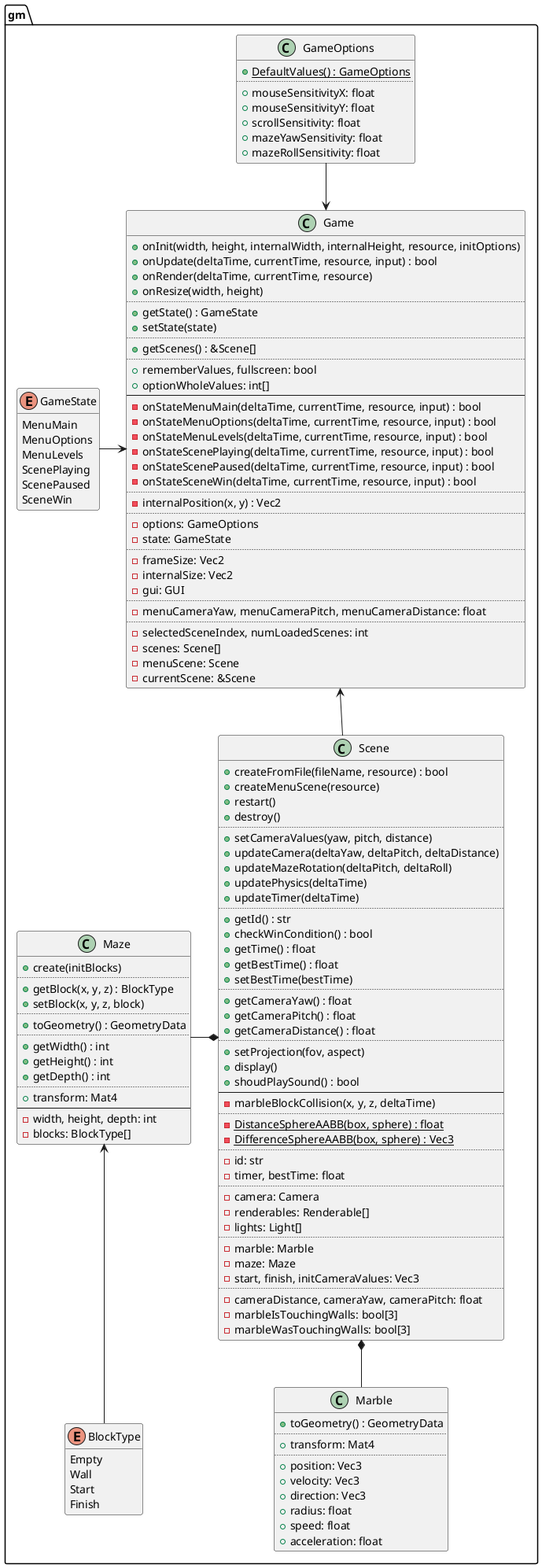
The PlantUML diagram design/gm.png in ba6er/marblemaze, before a commit.
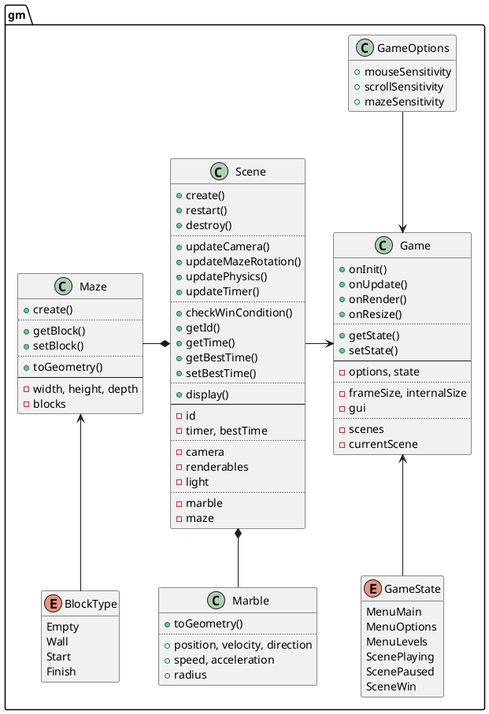
After the change.

The edit, as a diff of the source:
```diff
@@ -12,99 +12,57 @@
 hide GameState methods
 
 class gm::GameOptions {
-	{static} +DefaultValues() : GameOptions
-	..
-	+mouseSensitivityX: float
-	+mouseSensitivityY: float
-	+scrollSensitivity: float
-	+mazeYawSensitivity: float
-	+mazeRollSensitivity: float
+	+mouseSensitivity
+	+scrollSensitivity
+	+mazeSensitivity
 }
 hide GameOptions methods
 
 class gm::Game {
-	+onInit(width, height, internalWidth, internalHeight, resource, initOptions)
-	+onUpdate(deltaTime, currentTime, resource, input) : bool
-	+onRender(deltaTime, currentTime, resource)
-	+onResize(width, height)
+	+onInit()
+	+onUpdate()
+	+onRender()
+	+onResize()
 	..
-	+getState() : GameState
-	+setState(state)
+	+getState()
+	+setState()
+	--
+	-options, state
 	..
-	+getScenes() : &Scene[]
+	-frameSize, internalSize
+	-gui
 	..
-	+rememberValues, fullscreen: bool
-	+optionWholeValues: int[]
-	--
-	-onStateMenuMain(deltaTime, currentTime, resource, input) : bool
-	-onStateMenuOptions(deltaTime, currentTime, resource, input) : bool
-	-onStateMenuLevels(deltaTime, currentTime, resource, input) : bool
-	-onStateScenePlaying(deltaTime, currentTime, resource, input) : bool
-	-onStateScenePaused(deltaTime, currentTime, resource, input) : bool
-	-onStateSceneWin(deltaTime, currentTime, resource, input) : bool
-	..
-	-internalPosition(x, y) : Vec2
-	..
-	-options: GameOptions
-	-state: GameState
-	..
-	-frameSize: Vec2
-	-internalSize: Vec2
-	-gui: GUI
-	..
-	-menuCameraYaw, menuCameraPitch, menuCameraDistance: float
-	..
-	-selectedSceneIndex, numLoadedScenes: int
-	-scenes: Scene[]
-	-menuScene: Scene
-	-currentScene: &Scene
+	-scenes
+	-currentScene
 }
 
 class gm::Scene {
-	+createFromFile(fileName, resource) : bool
-	+createMenuScene(resource)
+	+create()
 	+restart()
 	+destroy()
 	..
-	+setCameraValues(yaw, pitch, distance)
-	+updateCamera(deltaYaw, deltaPitch, deltaDistance)
-	+updateMazeRotation(deltaPitch, deltaRoll)
-	+updatePhysics(deltaTime)
-	+updateTimer(deltaTime)
+	+updateCamera()
+	+updateMazeRotation()
+	+updatePhysics()
+	+updateTimer()
 	..
-	+getId() : str
-	+checkWinCondition() : bool
-	+getTime() : float
-	+getBestTime() : float
-	+setBestTime(bestTime)
+	+checkWinCondition()
+	+getId()
+	+getTime()
+	+getBestTime()
+	+setBestTime()
 	..
-	+getCameraYaw() : float
-	+getCameraPitch() : float
-	+getCameraDistance() : float
+	+display()
+	--
+	-id
+	-timer, bestTime
 	..
-	+setProjection(fov, aspect)
-	+display()
-	+shoudPlaySound() : bool
-	--
-	-marbleBlockCollision(x, y, z, deltaTime)
+	-camera
+	-renderables
+	-light
 	..
-	{static} -DistanceSphereAABB(box, sphere) : float
-	{static} -DifferenceSphereAABB(box, sphere) : Vec3
-	..
-	-id: str
-	-timer, bestTime: float
-	..
-	-camera: Camera
-	-renderables: Renderable[]
-	-lights: Light[]
-	..
-	-marble: Marble
-	-maze: Maze
-	-start, finish, initCameraValues: Vec3
-	..
-	-cameraDistance, cameraYaw, cameraPitch: float
-	-marbleIsTouchingWalls: bool[3]
-	-marbleWasTouchingWalls: bool[3]
+	-marble
+	-maze
 }
 
 enum gm::BlockType {
@@ -116,34 +74,23 @@
 hide BlockType methods
 
 class gm::Maze {
-	+create(initBlocks)
+	+create()
 	..
-	+getBlock(x, y, z) : BlockType
-	+setBlock(x, y, z, block)
+	+getBlock()
+	+setBlock()
 	..
-	+toGeometry() : GeometryData
-	..
-	+getWidth() : int
-	+getHeight() : int
-	+getDepth() : int
-	..
-	+transform: Mat4
+	+toGeometry()
 	--
-	-width, height, depth: int
-	-blocks: BlockType[]
+	-width, height, depth
+	-blocks
 }
 
 class gm::Marble {
-	+toGeometry() : GeometryData
+	+toGeometry()
 	..
-	+transform: Mat4
-	..
-	+position: Vec3
-	+velocity: Vec3
-	+direction: Vec3
-	+radius: float
-	+speed: float
-	+acceleration: float
+	+position, velocity, direction
+	+speed, acceleration
+	+radius
 }
 
 Maze <-down- BlockType
@@ -152,7 +99,7 @@
 Scene *-down- Marble
 
 Game <-up- GameOptions
-Game <-left- GameState
-Game <-- Scene
+Game <-down- GameState
+Game <-left- Scene
 
 @enduml
```
